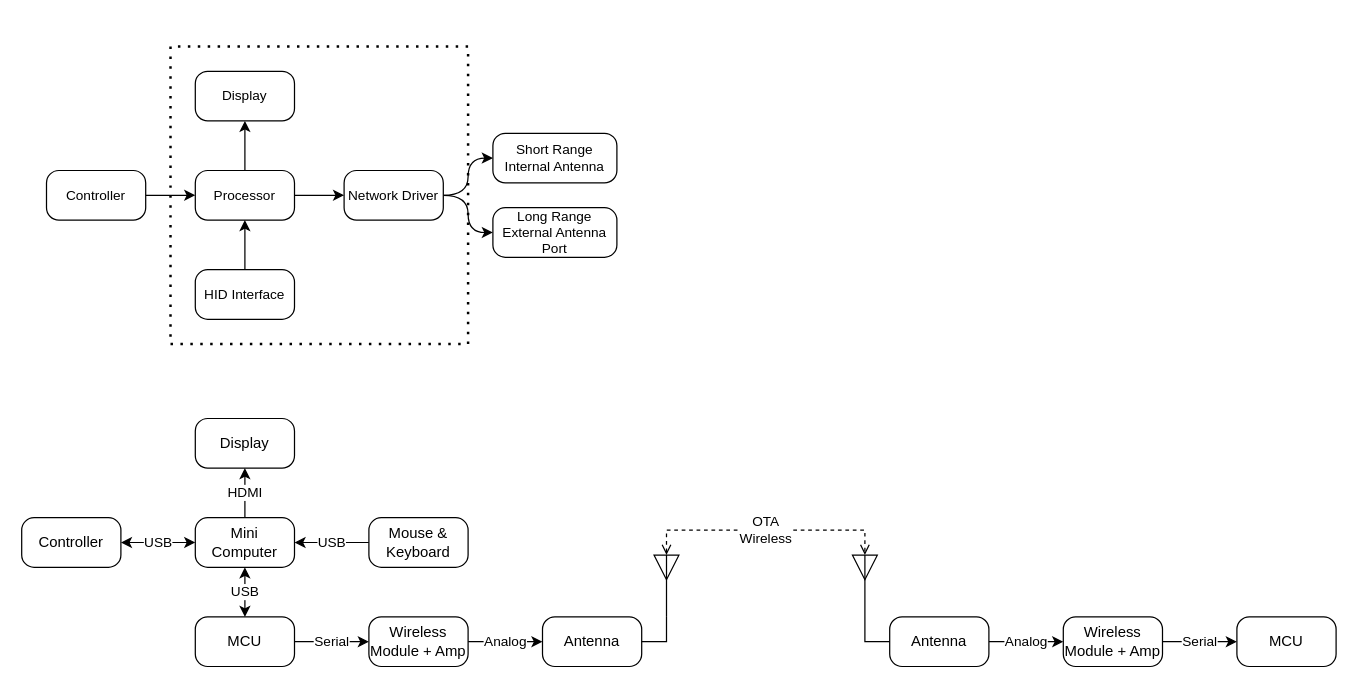
This is page "Brainstorm" (2 of 3) of Documents/Diagram.drawio from Ornithopter-Project/Base-Station, a draw.io file, before an edit. Source tidied: cells renumbered, new cells numbered last; positions are measured from the earlier drawing's top-left corner, leaving out a move shared by most shapes. Both pictures are drawn from the tidied source at 124%, with x=0, y=0 at pixel (21, 46).
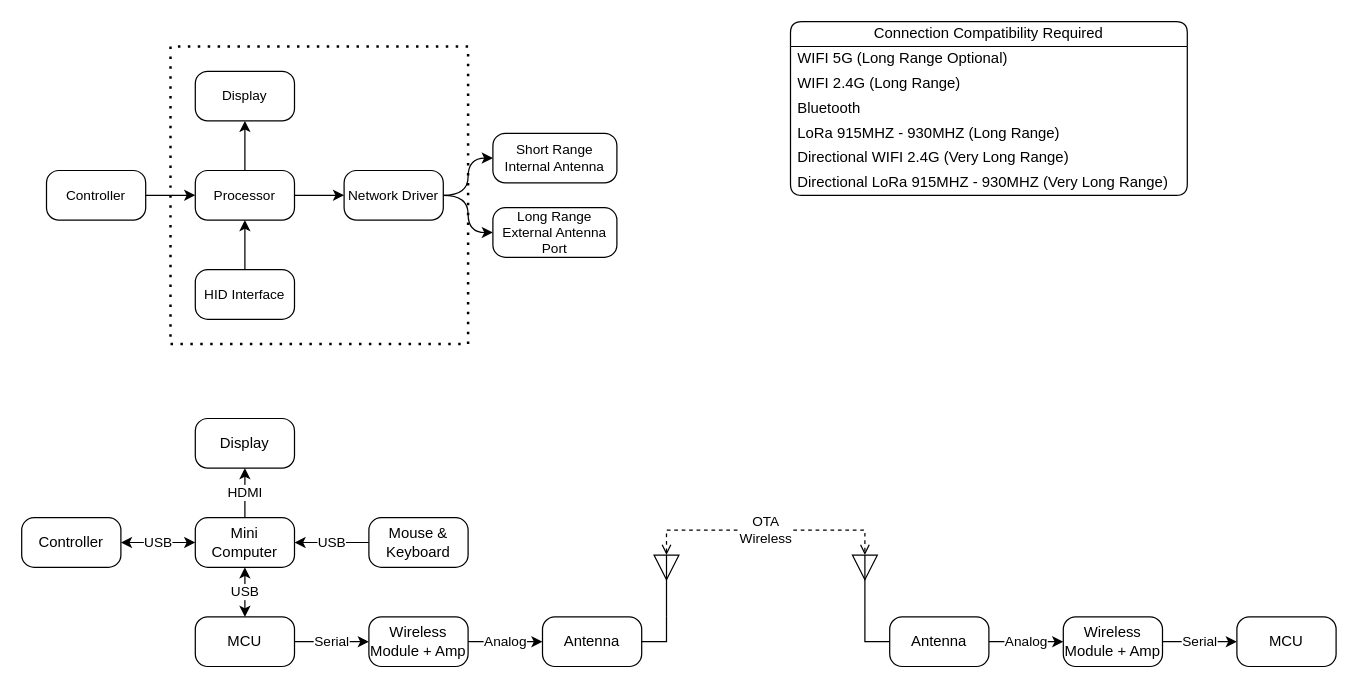
After the change.

Commit message:
Added Connectivity requirements

What changed in the source:
```diff
@@
+    <mxCell id="39" value="Connection Compatibility Required" style="swimlane;fontStyle=0;horizontal=1;startSize=20;whiteSpace=wrap;html=1;rounded=1;" parent="1" vertex="1">
+      <mxGeometry x="620" y="-20" width="320" height="140" as="geometry" />
+    </mxCell>
+    <mxCell id="40" value="WIFI 5G (Long Range Optional)" style="text;strokeColor=none;fillColor=none;align=left;verticalAlign=middle;spacingLeft=4;spacingRight=4;overflow=hidden;whiteSpace=wrap;html=1;" parent="39" vertex="1">
+      <mxGeometry y="20" width="320" height="20" as="geometry" />
+    </mxCell>
+    <mxCell id="41" value="WIFI 2.4G (Long Range)" style="text;strokeColor=none;fillColor=none;align=left;verticalAlign=middle;spacingLeft=4;spacingRight=4;overflow=hidden;whiteSpace=wrap;html=1;" parent="39" vertex="1">
+      <mxGeometry y="40" width="320" height="20" as="geometry" />
+    </mxCell>
+    <mxCell id="42" value="Bluetooth" style="text;strokeColor=none;fillColor=none;align=left;verticalAlign=middle;spacingLeft=4;spacingRight=4;overflow=hidden;whiteSpace=wrap;html=1;" parent="39" vertex="1">
+      <mxGeometry y="60" width="320" height="20" as="geometry" />
+    </mxCell>
+    <mxCell id="43" value="LoRa 915MHZ - 930MHZ (Long Range)" style="text;strokeColor=none;fillColor=none;align=left;verticalAlign=middle;spacingLeft=4;spacingRight=4;overflow=hidden;whiteSpace=wrap;html=1;" parent="39" vertex="1">
+      <mxGeometry y="80" width="320" height="20" as="geometry" />
+    </mxCell>
+    <mxCell id="44" value="Directional WIFI 2.4G (Very Long Range)" style="text;strokeColor=none;fillColor=none;align=left;verticalAlign=middle;spacingLeft=4;spacingRight=4;overflow=hidden;whiteSpace=wrap;html=1;" parent="39" vertex="1">
+      <mxGeometry y="100" width="320" height="20" as="geometry" />
+    </mxCell>
+    <mxCell id="45" value="Directional LoRa 915MHZ - 930MHZ (Very Long Range)" style="text;strokeColor=none;fillColor=none;align=left;verticalAlign=middle;spacingLeft=4;spacingRight=4;overflow=hidden;whiteSpace=wrap;html=1;" parent="39" vertex="1">
+      <mxGeometry y="120" width="320" height="20" as="geometry" />
+    </mxCell>
```
